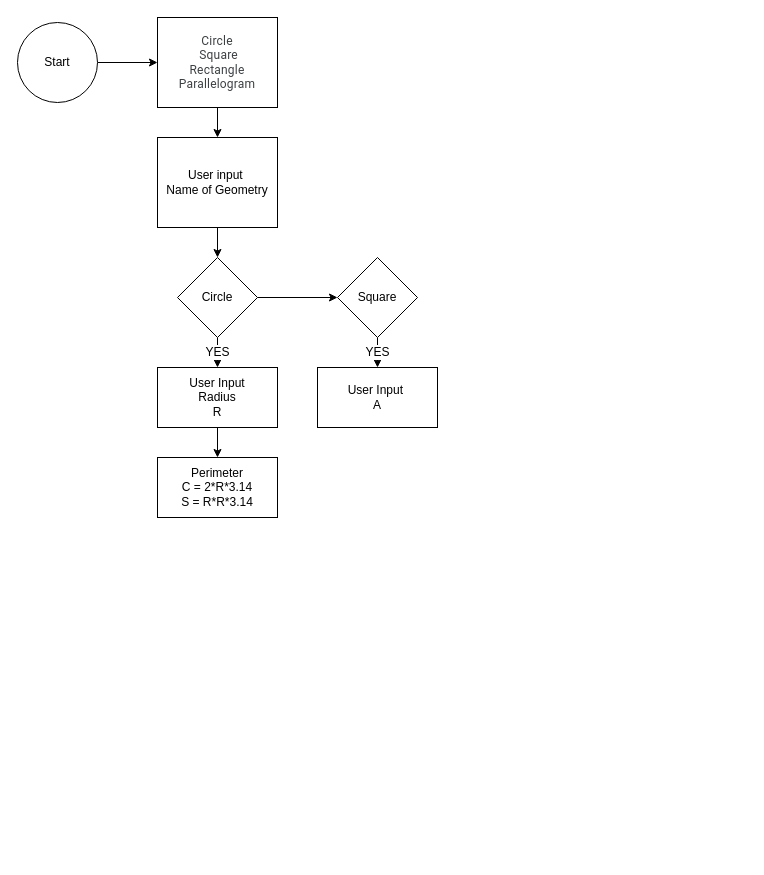
Above: calculates and prints the perimeter and area.drawio in ricotrannguyen/Algorithm (draw.io), before the change. Source tidied: cells renumbered, new cells numbered last; positions are measured from the earlier drawing's top-left corner, leaving out a move shared by most shapes. Both pictures are drawn from the tidied source at 100%, with x=0, y=0 at pixel (17, 17).
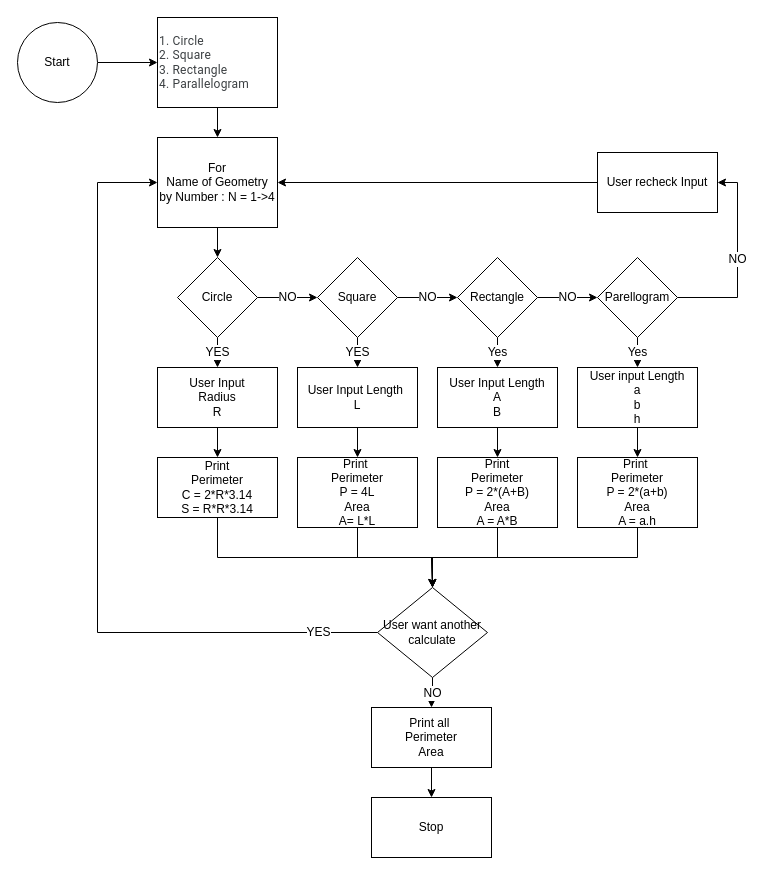
The same page after the edit.

Unchanged cells that the change refers to:
```xml
<mxCell id="10" value="Circle" style="rhombus;whiteSpace=wrap;html=1;" parent="1" vertex="1">
  <mxGeometry x="160" y="240" width="80" height="80" as="geometry" />
</mxCell>
```

Change to the diagram source:
```diff
@@
-    <mxCell id="5" value="&lt;span style=&quot;color: rgb(60 , 64 , 67) ; font-family: &amp;#34;roboto&amp;#34; , &amp;#34;arial&amp;#34; , sans-serif ; font-size: 12px ; letter-spacing: 0.2px&quot;&gt;Circle&lt;br style=&quot;font-size: 12px&quot;&gt;&amp;nbsp;Square &lt;br&gt;Rectangle Parallelogram&lt;/span&gt;" style="whiteSpace=wrap;html=1;fontSize=12;" parent="1" vertex="1">
+    <mxCell id="5" value="&lt;span style=&quot;color: rgb(60 , 64 , 67) ; font-family: &amp;#34;roboto&amp;#34; , &amp;#34;arial&amp;#34; , sans-serif ; font-size: 12px ; letter-spacing: 0.2px&quot;&gt;1. Circle&lt;br style=&quot;font-size: 12px&quot;&gt;2. Square &lt;br&gt;3. Rectangle &lt;br&gt;4. Parallelogram&lt;/span&gt;" style="whiteSpace=wrap;html=1;fontSize=12;align=left;" parent="1" vertex="1">
       <mxGeometry x="140" width="120" height="90" as="geometry" />
     </mxCell>
-    <mxCell id="6" style="edgeStyle=orthogonalEdgeStyle;rounded=0;jettySize=auto;html=1;fontSize=12;" parent="1" edge="1" source="7" target="10">
+    <mxCell id="6" style="edgeStyle=orthogonalEdgeStyle;rounded=0;jettySize=auto;html=1;entryX=0.5;entryY=0;entryDx=0;entryDy=0;fontSize=12;" parent="1" edge="1" source="7" target="10">
       <mxGeometry relative="1" as="geometry" />
     </mxCell>
-    <mxCell id="7" value="User input&amp;nbsp;&lt;br&gt;Name of Geometry" style="whiteSpace=wrap;html=1;" parent="1" vertex="1">
+    <mxCell id="7" value="For&lt;br&gt;Name of Geometry&lt;br&gt;by Number : N = 1-&amp;gt;4" style="whiteSpace=wrap;html=1;" parent="1" vertex="1">
       <mxGeometry x="140" y="120" width="120" height="90" as="geometry" />
     </mxCell>
@@
-    <mxCell id="9" style="edgeStyle=orthogonalEdgeStyle;rounded=0;jettySize=auto;html=1;fontSize=12;" parent="1" edge="1" source="10" target="15">
+    <mxCell id="9" value="NO" style="edgeStyle=orthogonalEdgeStyle;rounded=0;jettySize=auto;html=1;fontSize=12;" parent="1" edge="1" source="10" target="15">
       <mxGeometry relative="1" as="geometry" />
     </mxCell>
@@
+    <mxCell id="17" style="edgeStyle=orthogonalEdgeStyle;rounded=0;jettySize=auto;html=1;entryX=0.5;entryY=0;entryDx=0;entryDy=0;fontSize=12;" parent="1" edge="1" source="13" target="40">
+      <mxGeometry relative="1" as="geometry">
+        <Array as="points">
+          <mxPoint x="200" y="540" />
+          <mxPoint x="414" y="540" />
+        </Array>
+      </mxGeometry>
+    </mxCell>
-    <mxCell id="13" value="Perimeter&lt;br&gt;C = 2*R*3.14&lt;br&gt;S = R*R*3.14" style="whiteSpace=wrap;html=1;" parent="1" vertex="1">
+    <mxCell id="13" value="Print &lt;br&gt;Perimeter&lt;br&gt;C = 2*R*3.14&lt;br&gt;S = R*R*3.14" style="whiteSpace=wrap;html=1;" parent="1" vertex="1">
       <mxGeometry x="140" y="440" width="120" height="60" as="geometry" />
     </mxCell>
@@
+    <mxCell id="18" value="NO" style="edgeStyle=orthogonalEdgeStyle;rounded=0;jettySize=auto;html=1;fontSize=12;" parent="1" edge="1" source="15" target="24">
+      <mxGeometry relative="1" as="geometry" />
+    </mxCell>
     <mxCell id="15" value="Square" style="rhombus;whiteSpace=wrap;html=1;" parent="1" vertex="1">
-      <mxGeometry x="320" y="240" width="80" height="80" as="geometry" />
+      <mxGeometry x="300" y="240" width="80" height="80" as="geometry" />
     </mxCell>
+    <mxCell id="19" style="edgeStyle=orthogonalEdgeStyle;rounded=0;jettySize=auto;html=1;fontSize=12;" parent="1" edge="1" source="16" target="21">
+      <mxGeometry relative="1" as="geometry" />
+    </mxCell>
-    <mxCell id="16" value="User Input&amp;nbsp;&lt;br&gt;A" style="whiteSpace=wrap;html=1;" parent="1" vertex="1">
-      <mxGeometry x="300" y="350" width="120" height="60" as="geometry" />
+    <mxCell id="16" value="User Input Length&amp;nbsp;&lt;br&gt;L" style="whiteSpace=wrap;html=1;" parent="1" vertex="1">
+      <mxGeometry x="280" y="350" width="120" height="60" as="geometry" />
     </mxCell>
+    <mxCell id="20" style="edgeStyle=orthogonalEdgeStyle;rounded=0;jettySize=auto;html=1;fontSize=12;" parent="1" edge="1" source="21" target="40">
+      <mxGeometry relative="1" as="geometry" />
+    </mxCell>
+    <mxCell id="21" value="Print&amp;nbsp; &lt;br&gt;Perimeter&lt;br&gt;P = 4L&lt;br&gt;Area&lt;br&gt;A= L*L" style="whiteSpace=wrap;html=1;" parent="1" vertex="1">
+      <mxGeometry x="280" y="440" width="120" height="70" as="geometry" />
+    </mxCell>
+    <mxCell id="22" value="Yes" style="edgeStyle=orthogonalEdgeStyle;rounded=0;jettySize=auto;html=1;fontSize=12;" parent="1" edge="1" source="24" target="26">
+      <mxGeometry relative="1" as="geometry" />
+    </mxCell>
+    <mxCell id="23" value="NO" style="edgeStyle=orthogonalEdgeStyle;rounded=0;jettySize=auto;html=1;fontSize=12;" parent="1" edge="1" source="24" target="31">
+      <mxGeometry relative="1" as="geometry" />
+    </mxCell>
+    <mxCell id="24" value="Rectangle" style="rhombus;whiteSpace=wrap;html=1;" parent="1" vertex="1">
+      <mxGeometry x="440" y="240" width="80" height="80" as="geometry" />
+    </mxCell>
+    <mxCell id="25" style="edgeStyle=orthogonalEdgeStyle;rounded=0;jettySize=auto;html=1;fontSize=12;" parent="1" edge="1" source="26" target="28">
+      <mxGeometry relative="1" as="geometry" />
+    </mxCell>
+    <mxCell id="26" value="User Input Length&lt;br&gt;A&lt;br&gt;B" style="whiteSpace=wrap;html=1;" parent="1" vertex="1">
+      <mxGeometry x="420" y="350" width="120" height="60" as="geometry" />
+    </mxCell>
+    <mxCell id="27" style="edgeStyle=orthogonalEdgeStyle;rounded=0;jettySize=auto;html=1;entryX=0.5;entryY=0;entryDx=0;entryDy=0;fontSize=12;" parent="1" edge="1" source="28" target="40">
+      <mxGeometry relative="1" as="geometry" />
+    </mxCell>
+    <mxCell id="28" value="&amp;nbsp;Print&amp;nbsp;&lt;br&gt;Perimeter&lt;br&gt;P = 2*(A+B)&lt;br&gt;Area&lt;br&gt;A = A*B" style="whiteSpace=wrap;html=1;" parent="1" vertex="1">
+      <mxGeometry x="420" y="440" width="120" height="70" as="geometry" />
+    </mxCell>
+    <mxCell id="29" value="Yes" style="edgeStyle=orthogonalEdgeStyle;rounded=0;jettySize=auto;html=1;fontSize=12;" parent="1" edge="1" source="31" target="33">
+      <mxGeometry relative="1" as="geometry" />
+    </mxCell>
+    <mxCell id="30" value="NO" style="edgeStyle=orthogonalEdgeStyle;rounded=0;jettySize=auto;html=1;entryX=1;entryY=0.5;entryDx=0;entryDy=0;fontSize=12;" parent="1" edge="1" source="31" target="37">
+      <mxGeometry relative="1" as="geometry">
+        <Array as="points">
+          <mxPoint x="720" y="280" />
+          <mxPoint x="720" y="165" />
+        </Array>
+      </mxGeometry>
+    </mxCell>
+    <mxCell id="31" value="Parellogram" style="rhombus;whiteSpace=wrap;html=1;" parent="1" vertex="1">
+      <mxGeometry x="580" y="240" width="80" height="80" as="geometry" />
+    </mxCell>
+    <mxCell id="32" style="edgeStyle=orthogonalEdgeStyle;rounded=0;jettySize=auto;html=1;fontSize=12;" parent="1" edge="1" source="33" target="35">
+      <mxGeometry relative="1" as="geometry" />
+    </mxCell>
+    <mxCell id="33" value="User input Length&lt;br&gt;a&lt;br&gt;b&lt;br&gt;h" style="whiteSpace=wrap;html=1;" parent="1" vertex="1">
+      <mxGeometry x="560" y="350" width="120" height="60" as="geometry" />
+    </mxCell>
+    <mxCell id="34" style="edgeStyle=orthogonalEdgeStyle;rounded=0;jettySize=auto;html=1;entryX=0.5;entryY=0;entryDx=0;entryDy=0;fontSize=12;" parent="1" edge="1" source="35" target="40">
+      <mxGeometry relative="1" as="geometry">
+        <Array as="points">
+          <mxPoint x="620" y="540" />
+          <mxPoint x="414" y="540" />
+        </Array>
+      </mxGeometry>
+    </mxCell>
+    <mxCell id="35" value="Print&amp;nbsp;&lt;br&gt;Perimeter&lt;br&gt;P = 2*(a+b)&lt;br&gt;Area&lt;br&gt;A = a.h" style="whiteSpace=wrap;html=1;" parent="1" vertex="1">
+      <mxGeometry x="560" y="440" width="120" height="70" as="geometry" />
+    </mxCell>
+    <mxCell id="36" style="edgeStyle=orthogonalEdgeStyle;rounded=0;jettySize=auto;html=1;entryX=1;entryY=0.5;entryDx=0;entryDy=0;fontSize=12;" parent="1" edge="1" source="37" target="7">
+      <mxGeometry relative="1" as="geometry" />
+    </mxCell>
+    <mxCell id="37" value="User recheck Input" style="whiteSpace=wrap;html=1;" parent="1" vertex="1">
+      <mxGeometry x="580" y="135" width="120" height="60" as="geometry" />
+    </mxCell>
+    <mxCell id="38" value="NO" style="edgeStyle=orthogonalEdgeStyle;rounded=0;jettySize=auto;html=1;fontSize=12;" parent="1" edge="1" source="40" target="42">
+      <mxGeometry relative="1" as="geometry" />
+    </mxCell>
+    <mxCell id="39" value="YES" style="edgeStyle=orthogonalEdgeStyle;rounded=0;jettySize=auto;html=1;entryX=0;entryY=0.5;entryDx=0;entryDy=0;fontSize=12;" parent="1" edge="1" source="40" target="7">
+      <mxGeometry x="-0.85" relative="1" as="geometry">
+        <Array as="points">
+          <mxPoint x="80" y="615" />
+          <mxPoint x="80" y="165" />
+        </Array>
+      </mxGeometry>
+    </mxCell>
+    <mxCell id="40" value="User want another calculate" style="rhombus;whiteSpace=wrap;html=1;" parent="1" vertex="1">
+      <mxGeometry x="360" y="570" width="110" height="90" as="geometry" />
+    </mxCell>
+    <mxCell id="41" style="edgeStyle=orthogonalEdgeStyle;rounded=0;jettySize=auto;html=1;fontSize=12;" parent="1" edge="1" source="42" target="43">
+      <mxGeometry relative="1" as="geometry" />
+    </mxCell>
+    <mxCell id="42" value="Print all&amp;nbsp;&lt;br&gt;Perimeter&lt;br&gt;Area" style="whiteSpace=wrap;html=1;" parent="1" vertex="1">
+      <mxGeometry x="354" y="690" width="120" height="60" as="geometry" />
+    </mxCell>
+    <mxCell id="43" value="Stop" style="whiteSpace=wrap;html=1;" parent="1" vertex="1">
+      <mxGeometry x="354" y="780" width="120" height="60" as="geometry" />
+    </mxCell>
```
